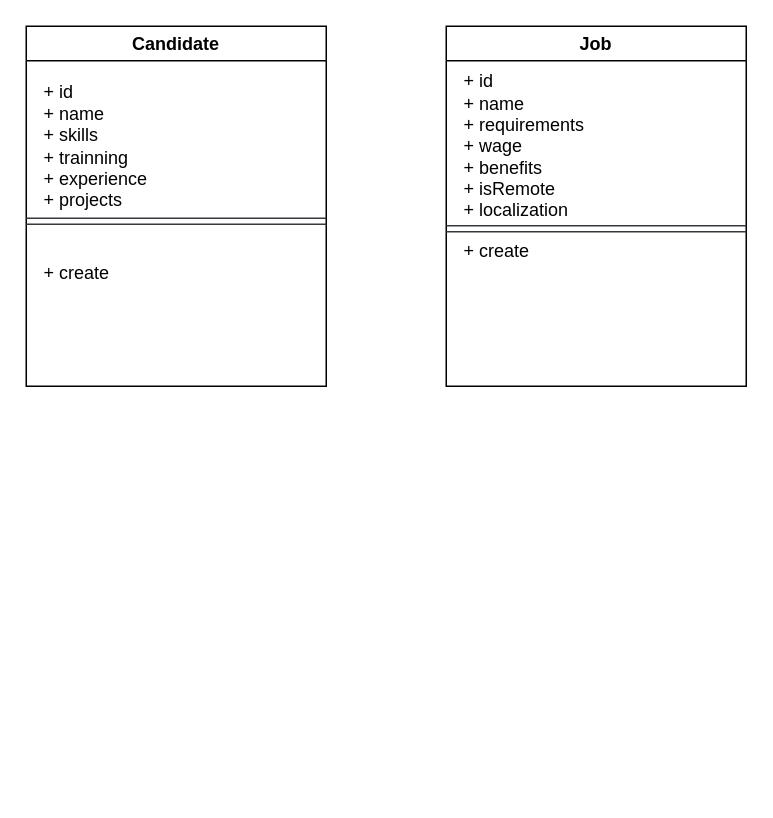
Earlier version of the draw.io diagram diagrams/minhas-vagas.drawio (LayconJohn/minhas_vagas_poo). Source tidied: cells renumbered, new cells numbered last; positions are measured from the earlier drawing's top-left corner, leaving out a move shared by most shapes. Both pictures are drawn from the tidied source at 150%, with x=0, y=0 at pixel (26, 26).
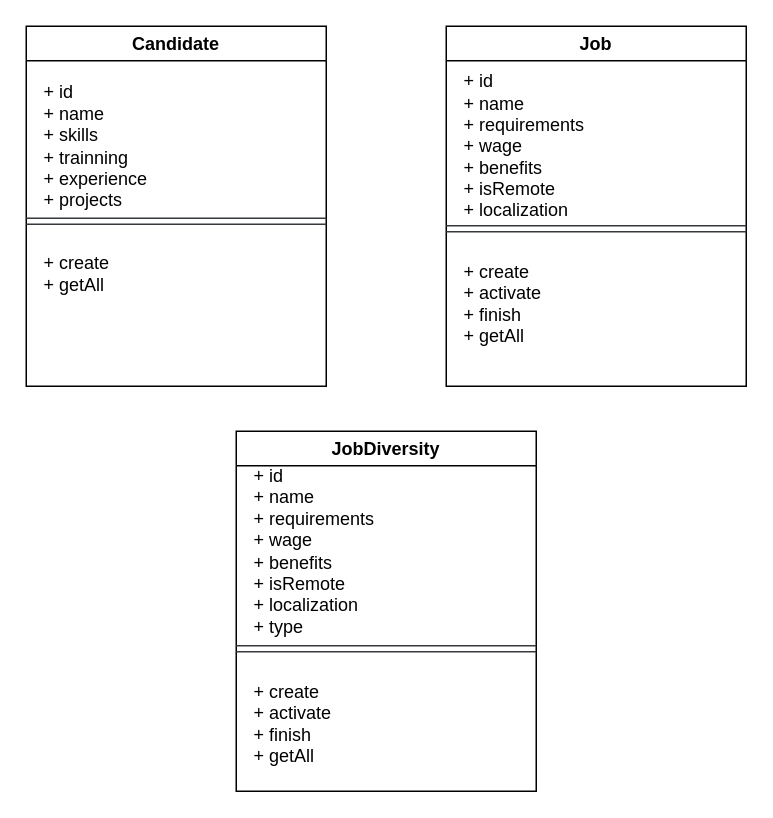
Above is the later version.

The edit, as a diff of the source:
```diff
@@
 <mxGraphModel>
   <root>
     <mxCell id="0" />
     <mxCell id="1" parent="0" />
     <mxCell id="2" value="Candidate" style="swimlane;" parent="1" vertex="1">
       <mxGeometry width="200" height="240" as="geometry" />
     </mxCell>
     <mxCell id="3" value="+ id&lt;br&gt;+ name&lt;br&gt;+ skills&lt;br&gt;&lt;div style=&quot;&quot;&gt;+ trainning&lt;/div&gt;&lt;div style=&quot;&quot;&gt;+ experience&lt;/div&gt;&lt;div style=&quot;&quot;&gt;+ projects&lt;/div&gt;" style="text;html=1;align=left;verticalAlign=middle;fillColor=none;" parent="2" vertex="1">
       <mxGeometry x="10" y="30" width="90" height="100" as="geometry" />
     </mxCell>
     <mxCell id="4" style="shape=link;html=1;fillColor=#f9f7ed;strokeColor=#36393d;" parent="2" edge="1">
       <mxGeometry relative="1" as="geometry">
         <mxPoint y="130" as="sourcePoint" />
         <mxPoint x="200" y="130" as="targetPoint" />
       </mxGeometry>
     </mxCell>
-    <mxCell id="5" value="+ create" style="text;html=1;align=left;verticalAlign=middle;fillColor=none;" parent="2" vertex="1">
-      <mxGeometry x="10" y="150" width="70" height="30" as="geometry" />
+    <mxCell id="5" value="+ create&lt;br&gt;+ getAll" style="text;html=1;align=left;verticalAlign=middle;fillColor=none;" parent="2" vertex="1">
+      <mxGeometry x="10" y="145" width="70" height="40" as="geometry" />
     </mxCell>
     <mxCell id="6" value="Job" style="swimlane;" parent="1" vertex="1">
       <mxGeometry x="280" width="200" height="240" as="geometry" />
     </mxCell>
     <mxCell id="7" value="+ id&lt;br&gt;+ name&lt;br&gt;&lt;div style=&quot;&quot;&gt;+ requirements&lt;/div&gt;&lt;div style=&quot;&quot;&gt;+ wage&lt;/div&gt;&lt;div style=&quot;&quot;&gt;+ benefits&lt;/div&gt;&lt;div style=&quot;&quot;&gt;+ isRemote&lt;/div&gt;&lt;div style=&quot;&quot;&gt;+ localization&lt;/div&gt;" style="text;html=1;align=left;verticalAlign=middle;fillColor=none;" parent="6" vertex="1">
       <mxGeometry x="10" y="25" width="100" height="110" as="geometry" />
     </mxCell>
     <mxCell id="8" style="shape=link;html=1;fillColor=#f9f7ed;strokeColor=#36393d;" parent="6" edge="1">
       <mxGeometry relative="1" as="geometry">
         <mxPoint y="135" as="sourcePoint" />
         <mxPoint x="200" y="135" as="targetPoint" />
       </mxGeometry>
     </mxCell>
-    <mxCell id="9" value="+ create" style="text;html=1;align=left;verticalAlign=middle;fillColor=none;" parent="6" vertex="1">
-      <mxGeometry x="10" y="135" width="70" height="30" as="geometry" />
+    <mxCell id="9" value="+ create&lt;br&gt;+ activate&lt;br&gt;+ finish&lt;br&gt;+ getAll" style="text;html=1;align=left;verticalAlign=middle;fillColor=none;" parent="6" vertex="1">
+      <mxGeometry x="10" y="150" width="80" height="70" as="geometry" />
     </mxCell>
+    <mxCell id="10" value="JobDiversity" style="swimlane;" parent="1" vertex="1">
+      <mxGeometry x="140" y="270" width="200" height="240" as="geometry" />
+    </mxCell>
+    <mxCell id="11" value="+ id&lt;br&gt;+ name&lt;br&gt;&lt;div style=&quot;&quot;&gt;+ requirements&lt;/div&gt;&lt;div style=&quot;&quot;&gt;+ wage&lt;/div&gt;&lt;div style=&quot;&quot;&gt;+ benefits&lt;/div&gt;&lt;div style=&quot;&quot;&gt;+ isRemote&lt;/div&gt;&lt;div style=&quot;&quot;&gt;+ localization&lt;/div&gt;&lt;div style=&quot;&quot;&gt;+ type&lt;/div&gt;" style="text;html=1;align=left;verticalAlign=middle;fillColor=none;" parent="10" vertex="1">
+      <mxGeometry x="10" y="15" width="100" height="130" as="geometry" />
+    </mxCell>
+    <mxCell id="12" style="shape=link;html=1;fillColor=#f9f7ed;strokeColor=#36393d;" parent="10" edge="1">
+      <mxGeometry relative="1" as="geometry">
+        <mxPoint y="145" as="sourcePoint" />
+        <mxPoint x="200" y="145" as="targetPoint" />
+      </mxGeometry>
+    </mxCell>
+    <mxCell id="13" value="+ create&lt;br&gt;+ activate&lt;br&gt;+ finish&lt;br&gt;+ getAll" style="text;html=1;align=left;verticalAlign=middle;fillColor=none;" parent="10" vertex="1">
+      <mxGeometry x="10" y="160" width="80" height="70" as="geometry" />
+    </mxCell>
   </root>
 </mxGraphModel>
```
